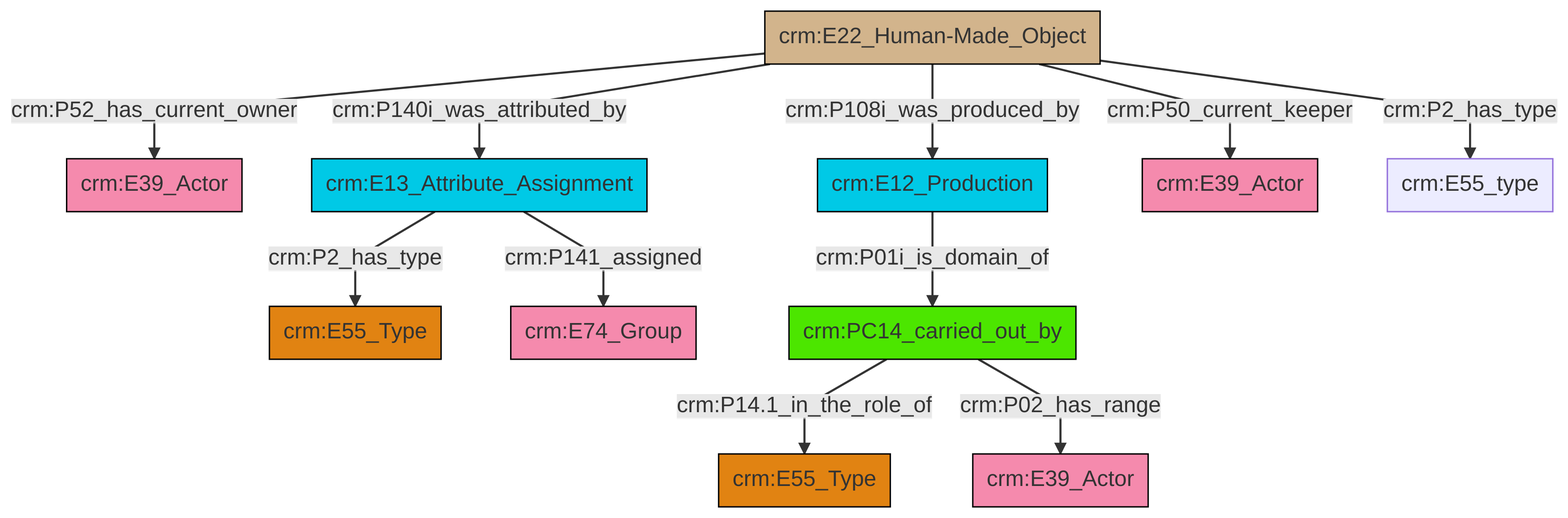
The Mermaid diagram et/artworkCSV/ttl/mmd/png/Artwork_Actor_Relations.png in swiss-art-research-net/reference-data-models, before a commit. Its source is kept beside it as et/artworkCSV/ttl/mmd/Artwork_Actor_Relations.ttl.mmd.
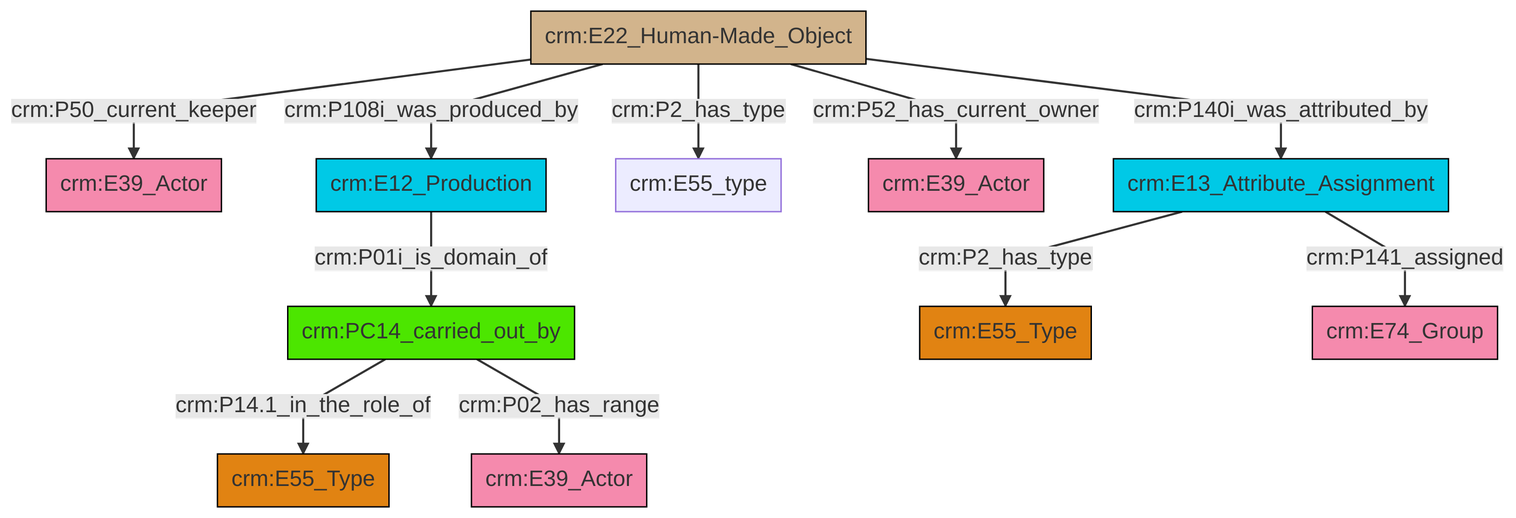
After the commit.

Change to the diagram source:
```diff
@@ -13,13 +13,13 @@
 classDef PC_Classes fill:#4ce600, stroke:#000000;
 classDef Multi fill:#cccccc,stroke:#000000;
 
-4["crm:E22_Human-Made_Object"]:::Physical_Thing -->|crm:P140i_was_attributed_by| 6["crm:E13_Attribute_Assignment"]:::Temporal_Entity
-4["crm:E22_Human-Made_Object"]:::Physical_Thing -->|crm:P50_current_keeper| 11["crm:E39_Actor"]:::Actor
+4["crm:E22_Human-Made_Object"]:::Physical_Thing -->|crm:P50_current_keeper| 6["crm:E39_Actor"]:::Actor
+9["crm:E12_Production"]:::Temporal_Entity -->|crm:P01i_is_domain_of| 10["crm:PC14_carried_out_by"]:::PC_Classes
+0["crm:E13_Attribute_Assignment"]:::Temporal_Entity -->|crm:P2_has_type| 12["crm:E55_Type"]:::Type
+10["crm:PC14_carried_out_by"]:::PC_Classes -->|crm:P14.1_in_the_role_of| 15["crm:E55_Type"]:::Type
 4["crm:E22_Human-Made_Object"]:::Physical_Thing -->|crm:P108i_was_produced_by| 9["crm:E12_Production"]:::Temporal_Entity
-6["crm:E13_Attribute_Assignment"]:::Temporal_Entity -->|crm:P2_has_type| 0["crm:E55_Type"]:::Type
-6["crm:E13_Attribute_Assignment"]:::Temporal_Entity -->|crm:P141_assigned| 7["crm:E74_Group"]:::Actor
-4["crm:E22_Human-Made_Object"]:::Physical_Thing -->|crm:P52_has_current_owner| 2["crm:E39_Actor"]:::Actor
-9["crm:E12_Production"]:::Temporal_Entity -->|crm:P01i_is_domain_of| 16["crm:PC14_carried_out_by"]:::PC_Classes
-4["crm:E22_Human-Made_Object"]:::Physical_Thing -->|crm:P2_has_type| 14["crm:E55_type"]:::Default
-16["crm:PC14_carried_out_by"]:::PC_Classes -->|crm:P14.1_in_the_role_of| 17["crm:E55_Type"]:::Type
-16["crm:PC14_carried_out_by"]:::PC_Classes -->|crm:P02_has_range| 19["crm:E39_Actor"]:::Actor
+0["crm:E13_Attribute_Assignment"]:::Temporal_Entity -->|crm:P141_assigned| 7["crm:E74_Group"]:::Actor
+4["crm:E22_Human-Made_Object"]:::Physical_Thing -->|crm:P2_has_type| 13["crm:E55_type"]:::Default
+4["crm:E22_Human-Made_Object"]:::Physical_Thing -->|crm:P52_has_current_owner| 17["crm:E39_Actor"]:::Actor
+4["crm:E22_Human-Made_Object"]:::Physical_Thing -->|crm:P140i_was_attributed_by| 0["crm:E13_Attribute_Assignment"]:::Temporal_Entity
+10["crm:PC14_carried_out_by"]:::PC_Classes -->|crm:P02_has_range| 2["crm:E39_Actor"]:::Actor
```
